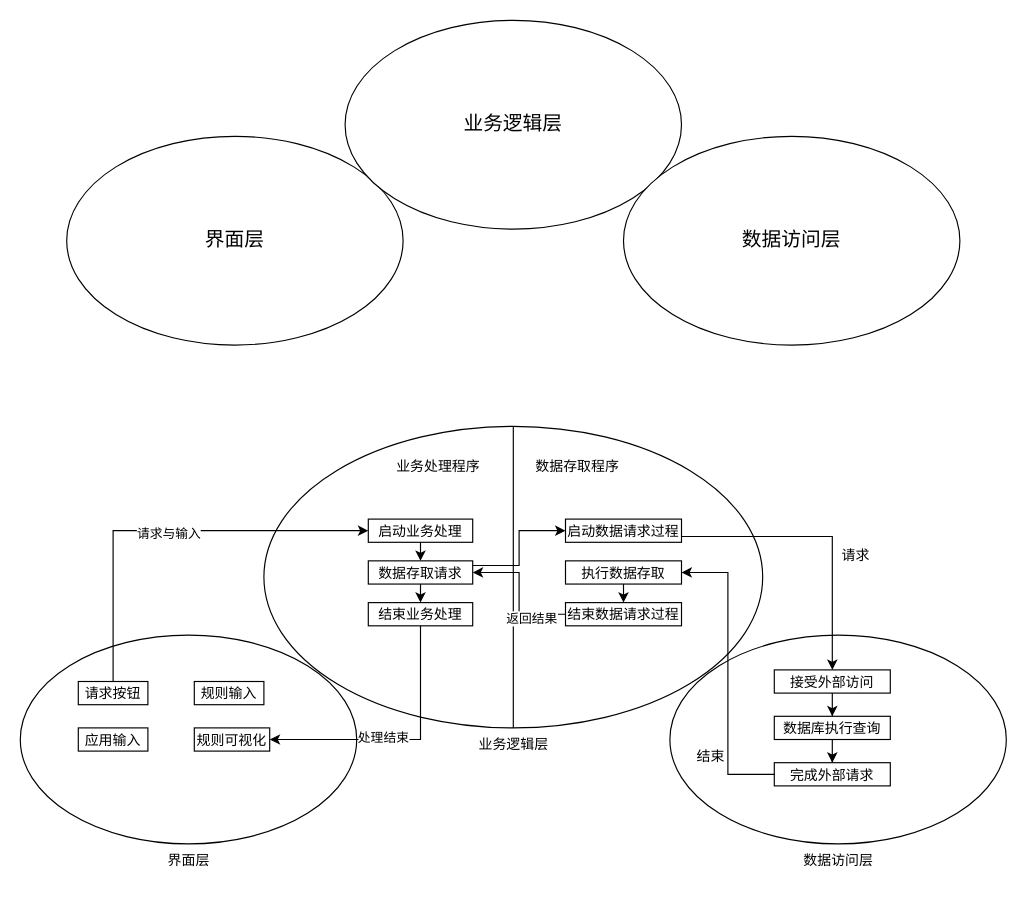
The draw.io diagram pic3.drawio in lovefxyo/drawio, before the edit. Source tidied: cells renumbered, new cells numbered last; positions are measured from the earlier drawing's top-left corner, leaving out a move shared by most shapes. Both pictures are drawn from the tidied source at 116%, with x=0, y=0 at pixel (20, 20).
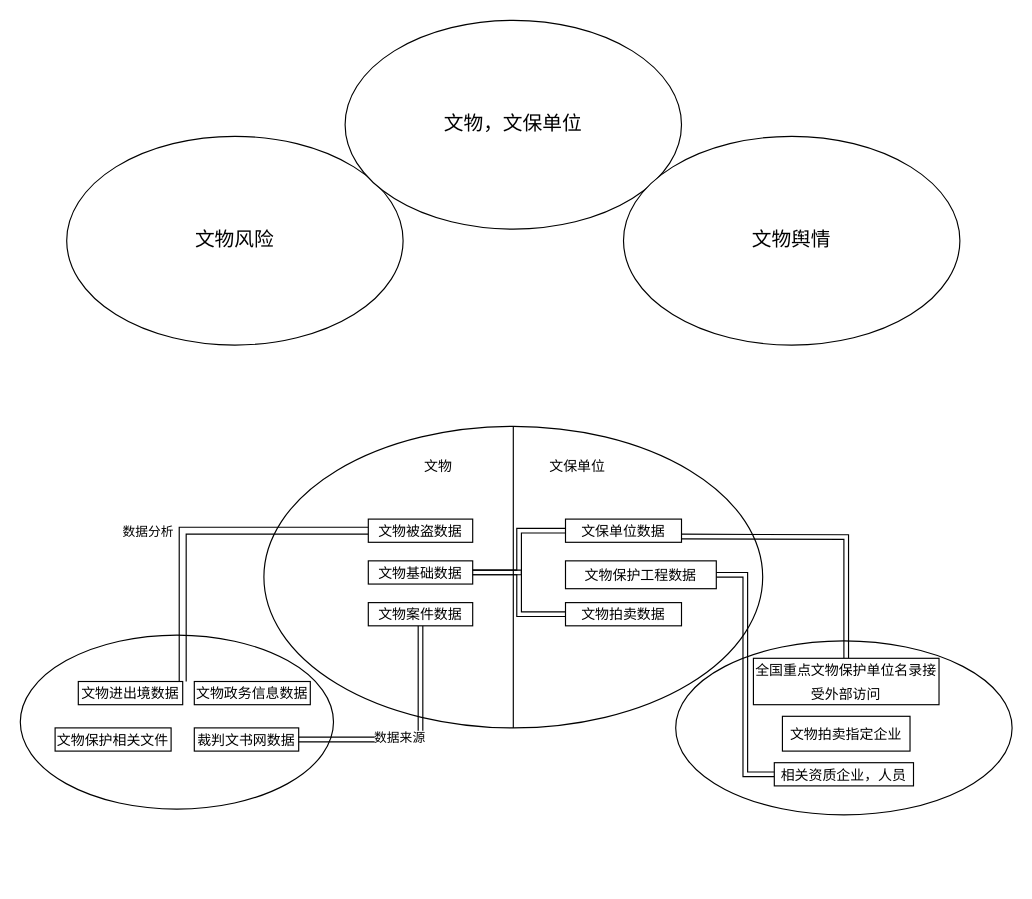
The same diagram, later.

Change to the diagram source:
```diff
@@
-    <mxCell id="2" value="界面层" style="ellipse;whiteSpace=wrap;html=1;shadow=0;direction=west;fontSize=17;" parent="1" vertex="1">
+    <mxCell id="2" value="文物风险" style="ellipse;whiteSpace=wrap;html=1;shadow=0;direction=west;fontSize=17;" parent="1" vertex="1">
       <mxGeometry x="40" y="100" width="290" height="180" as="geometry" />
     </mxCell>
-    <mxCell id="3" value="业务逻辑层" style="ellipse;whiteSpace=wrap;html=1;shadow=0;direction=west;fontSize=17;" parent="1" vertex="1">
+    <mxCell id="3" value="文物，文保单位" style="ellipse;whiteSpace=wrap;html=1;shadow=0;direction=west;fontSize=17;" parent="1" vertex="1">
       <mxGeometry x="280" width="290" height="180" as="geometry" />
     </mxCell>
-    <mxCell id="4" value="数据访问层" style="ellipse;whiteSpace=wrap;html=1;shadow=0;direction=west;fontSize=17;" parent="1" vertex="1">
+    <mxCell id="4" value="文物舆情" style="ellipse;whiteSpace=wrap;html=1;shadow=0;direction=west;fontSize=17;" parent="1" vertex="1">
       <mxGeometry x="520" y="100" width="290" height="180" as="geometry" />
     </mxCell>
@@
     <mxCell id="6" style="ellipse;whiteSpace=wrap;html=1;shadow=0;direction=west;fontSize=17;" parent="1" vertex="1">
-      <mxGeometry y="530" width="290" height="180" as="geometry" />
+      <mxGeometry y="530" width="270" height="150" as="geometry" />
     </mxCell>
     <mxCell id="7" style="ellipse;whiteSpace=wrap;html=1;shadow=0;direction=west;fontSize=17;" parent="1" vertex="1">
-      <mxGeometry x="560" y="530" width="290" height="180" as="geometry" />
+      <mxGeometry x="565" y="535" width="290" height="150" as="geometry" />
     </mxCell>
-    <mxCell id="8" style="edgeStyle=orthogonalEdgeStyle;rounded=0;jettySize=auto;html=1;entryX=0;entryY=0.5;entryDx=0;entryDy=0;fontSize=12;" parent="1" edge="1" source="10" target="15">
+    <mxCell id="8" style="edgeStyle=orthogonalEdgeStyle;rounded=0;jettySize=auto;html=1;entryX=0;entryY=0.5;entryDx=0;entryDy=0;fontSize=12;shape=link;width=6;" parent="1" edge="1" source="10" target="15">
       <mxGeometry relative="1" as="geometry">
         <Array as="points">
-          <mxPoint x="80" y="440" />
+          <mxPoint x="140" y="580" />
+          <mxPoint x="140" y="440" />
         </Array>
       </mxGeometry>
     </mxCell>
-    <mxCell id="9" value="请求与输入" style="edgeLabel;html=1;align=center;verticalAlign=middle;fontSize=11;" parent="8" vertex="1">
-      <mxGeometry x="0.01" y="-2" relative="1" as="geometry" />
+    <mxCell id="9" value="数据分析" style="edgeLabel;html=1;align=center;verticalAlign=middle;fontSize=11;" parent="8" vertex="1">
+      <mxGeometry x="0.01" y="-2" relative="1" as="geometry">
+        <mxPoint x="-47" y="-2" as="offset" />
+      </mxGeometry>
     </mxCell>
-    <mxCell id="10" value="&lt;font style=&quot;font-size: 12px;&quot;&gt;请求按钮&lt;/font&gt;" style="rounded=0;whiteSpace=wrap;html=1;shadow=0;fontSize=17;" parent="1" vertex="1">
-      <mxGeometry x="50" y="570" width="60" height="20" as="geometry" />
+    <mxCell id="10" value="&lt;font style=&quot;font-size: 12px;&quot;&gt;文物进出境数据&lt;/font&gt;" style="rounded=0;whiteSpace=wrap;html=1;shadow=0;fontSize=17;" parent="1" vertex="1">
+      <mxGeometry x="50" y="570" width="90" height="20" as="geometry" />
     </mxCell>
-    <mxCell id="11" value="&lt;span style=&quot;font-size: 12px;&quot;&gt;应用输入&lt;/span&gt;" style="rounded=0;whiteSpace=wrap;html=1;shadow=0;fontSize=17;" parent="1" vertex="1">
-      <mxGeometry x="50" y="610" width="60" height="20" as="geometry" />
+    <mxCell id="11" value="&lt;span style=&quot;font-size: 12px;&quot;&gt;文物保护相关文件&lt;/span&gt;" style="rounded=0;whiteSpace=wrap;html=1;shadow=0;fontSize=17;" parent="1" vertex="1">
+      <mxGeometry x="30" y="610" width="100" height="20" as="geometry" />
     </mxCell>
-    <mxCell id="12" value="&lt;span style=&quot;font-size: 12px;&quot;&gt;规则可视化&lt;/span&gt;" style="rounded=0;whiteSpace=wrap;html=1;shadow=0;fontSize=17;" parent="1" vertex="1">
-      <mxGeometry x="150" y="610" width="65" height="20" as="geometry" />
+    <mxCell id="12" value="&lt;span style=&quot;font-size: 12px;&quot;&gt;裁判文书网数据&lt;/span&gt;" style="rounded=0;whiteSpace=wrap;html=1;shadow=0;fontSize=17;" parent="1" vertex="1">
+      <mxGeometry x="150" y="610" width="90" height="20" as="geometry" />
     </mxCell>
-    <mxCell id="13" value="界面层" style="text;html=1;align=center;verticalAlign=middle;strokeColor=none;fillColor=none;fontSize=12;" parent="1" vertex="1">
-      <mxGeometry x="115" y="710" width="60" height="30" as="geometry" />
-    </mxCell>
-    <mxCell id="14" style="edgeStyle=orthogonalEdgeStyle;rounded=0;jettySize=auto;html=1;exitX=0.5;exitY=1;exitDx=0;exitDy=0;entryX=0.5;entryY=0;entryDx=0;entryDy=0;fontSize=11;" parent="1" edge="1" source="15" target="18">
-      <mxGeometry relative="1" as="geometry" />
-    </mxCell>
-    <mxCell id="15" value="&lt;font style=&quot;font-size: 12px;&quot;&gt;启动业务处理&lt;/font&gt;" style="rounded=0;whiteSpace=wrap;html=1;shadow=0;fontSize=17;" parent="1" vertex="1">
+    <mxCell id="15" value="&lt;font style=&quot;font-size: 12px;&quot;&gt;文物被盗数据&lt;/font&gt;" style="rounded=0;whiteSpace=wrap;html=1;shadow=0;fontSize=17;" parent="1" vertex="1">
       <mxGeometry x="300" y="430" width="90" height="20" as="geometry" />
     </mxCell>
-    <mxCell id="16" style="edgeStyle=orthogonalEdgeStyle;rounded=0;jettySize=auto;html=1;entryX=0;entryY=0.5;entryDx=0;entryDy=0;fontSize=12;" parent="1" edge="1" source="18" target="23">
-      <mxGeometry relative="1" as="geometry">
-        <Array as="points">
-          <mxPoint x="430" y="470" />
-          <mxPoint x="430" y="440" />
-        </Array>
-      </mxGeometry>
+    <mxCell id="16" style="edgeStyle=orthogonalEdgeStyle;rounded=0;jettySize=auto;html=1;entryX=0;entryY=0.5;entryDx=0;entryDy=0;fontSize=12;shape=link;" parent="1" edge="1" source="18" target="23">
+      <mxGeometry relative="1" as="geometry" />
     </mxCell>
-    <mxCell id="17" style="edgeStyle=orthogonalEdgeStyle;rounded=0;jettySize=auto;html=1;exitX=0.5;exitY=1;exitDx=0;exitDy=0;entryX=0.5;entryY=0;entryDx=0;entryDy=0;fontSize=11;" parent="1" edge="1" source="18" target="21">
-      <mxGeometry relative="1" as="geometry" />
-    </mxCell>
-    <mxCell id="18" value="&lt;font style=&quot;font-size: 12px;&quot;&gt;数据存取请求&lt;/font&gt;" style="rounded=0;whiteSpace=wrap;html=1;shadow=0;fontSize=17;" parent="1" vertex="1">
+    <mxCell id="18" value="&lt;font style=&quot;font-size: 12px;&quot;&gt;文物基础数据&lt;/font&gt;" style="rounded=0;whiteSpace=wrap;html=1;shadow=0;fontSize=17;" parent="1" vertex="1">
       <mxGeometry x="300" y="466" width="90" height="20" as="geometry" />
     </mxCell>
-    <mxCell id="19" style="edgeStyle=orthogonalEdgeStyle;rounded=0;jettySize=auto;html=1;exitX=0.5;exitY=1;exitDx=0;exitDy=0;entryX=1;entryY=0.5;entryDx=0;entryDy=0;fontSize=11;" parent="1" edge="1" source="21" target="12">
+    <mxCell id="19" style="edgeStyle=orthogonalEdgeStyle;rounded=0;jettySize=auto;html=1;exitX=0.5;exitY=1;exitDx=0;exitDy=0;entryX=1;entryY=0.5;entryDx=0;entryDy=0;fontSize=11;shape=link;" parent="1" edge="1" source="21" target="12">
       <mxGeometry relative="1" as="geometry" />
     </mxCell>
-    <mxCell id="20" value="处理结束" style="edgeLabel;html=1;align=center;verticalAlign=middle;fontSize=11;" parent="19" vertex="1">
+    <mxCell id="20" value="数据来源" style="edgeLabel;html=1;align=center;verticalAlign=middle;fontSize=11;" parent="19" vertex="1">
       <mxGeometry x="0.15" y="-2" relative="1" as="geometry" />
     </mxCell>
-    <mxCell id="21" value="&lt;font style=&quot;font-size: 12px;&quot;&gt;结束业务处理&lt;/font&gt;" style="rounded=0;whiteSpace=wrap;html=1;shadow=0;fontSize=17;" parent="1" vertex="1">
+    <mxCell id="21" value="&lt;font style=&quot;font-size: 12px;&quot;&gt;文物案件数据&lt;/font&gt;" style="rounded=0;whiteSpace=wrap;html=1;shadow=0;fontSize=17;" parent="1" vertex="1">
       <mxGeometry x="300" y="502" width="90" height="20" as="geometry" />
     </mxCell>
@@
-    <mxCell id="23" value="&lt;font style=&quot;font-size: 12px;&quot;&gt;启动数据请求过程&lt;/font&gt;" style="rounded=0;whiteSpace=wrap;html=1;shadow=0;fontSize=17;" parent="1" vertex="1">
+    <mxCell id="23" value="&lt;font style=&quot;font-size: 12px;&quot;&gt;文保单位数据&lt;/font&gt;" style="rounded=0;whiteSpace=wrap;html=1;shadow=0;fontSize=17;" parent="1" vertex="1">
       <mxGeometry x="470" y="430" width="100" height="20" as="geometry" />
     </mxCell>
-    <mxCell id="24" style="edgeStyle=orthogonalEdgeStyle;rounded=0;jettySize=auto;html=1;fontSize=12;entryX=0.5;entryY=0;entryDx=0;entryDy=0;" parent="1" edge="1" target="31">
+    <mxCell id="24" style="edgeStyle=orthogonalEdgeStyle;rounded=0;jettySize=auto;html=1;fontSize=12;entryX=0.5;entryY=0;entryDx=0;entryDy=0;shape=link;" parent="1" edge="1" target="31">
       <mxGeometry relative="1" as="geometry">
         <mxPoint x="570" y="445" as="sourcePoint" />
-        <Array as="points">
-          <mxPoint x="700" y="445" />
-        </Array>
       </mxGeometry>
     </mxCell>
-    <mxCell id="25" style="edgeStyle=orthogonalEdgeStyle;rounded=0;jettySize=auto;html=1;exitX=0.5;exitY=1;exitDx=0;exitDy=0;entryX=0.5;entryY=0;entryDx=0;entryDy=0;fontSize=11;" parent="1" edge="1" source="26" target="29">
-      <mxGeometry relative="1" as="geometry" />
-    </mxCell>
-    <mxCell id="26" value="&lt;span style=&quot;font-size: 12px;&quot;&gt;执行数据存取&lt;/span&gt;" style="rounded=0;whiteSpace=wrap;html=1;shadow=0;fontSize=17;" parent="1" vertex="1">
-      <mxGeometry x="470" y="466" width="100" height="20" as="geometry" />
+    <mxCell id="26" value="&lt;span style=&quot;font-size: 12px;&quot;&gt;文物保护工程数据&lt;/span&gt;" style="rounded=0;whiteSpace=wrap;html=1;shadow=0;fontSize=17;" parent="1" vertex="1">
+      <mxGeometry x="470" y="466" width="130" height="24" as="geometry" />
     </mxCell>
-    <mxCell id="27" style="edgeStyle=orthogonalEdgeStyle;rounded=0;jettySize=auto;html=1;exitX=0;exitY=0.5;exitDx=0;exitDy=0;entryX=1;entryY=0.5;entryDx=0;entryDy=0;fontSize=11;" parent="1" edge="1" source="29" target="18">
+    <mxCell id="27" style="edgeStyle=orthogonalEdgeStyle;rounded=0;jettySize=auto;html=1;exitX=0;exitY=0.5;exitDx=0;exitDy=0;entryX=1;entryY=0.5;entryDx=0;entryDy=0;fontSize=11;shape=link;" parent="1" edge="1" source="29" target="18">
       <mxGeometry relative="1" as="geometry" />
     </mxCell>
-    <mxCell id="28" value="返回结果" style="edgeLabel;html=1;align=center;verticalAlign=middle;fontSize=11;" parent="27" vertex="1">
-      <mxGeometry x="-0.29" relative="1" as="geometry">
-        <mxPoint x="10" y="4" as="offset" />
-      </mxGeometry>
-    </mxCell>
-    <mxCell id="29" value="&lt;span style=&quot;font-size: 12px;&quot;&gt;结束数据请求过程&lt;/span&gt;" style="rounded=0;whiteSpace=wrap;html=1;shadow=0;fontSize=17;" parent="1" vertex="1">
+    <mxCell id="29" value="&lt;span style=&quot;font-size: 12px;&quot;&gt;文物拍卖数据&lt;/span&gt;" style="rounded=0;whiteSpace=wrap;html=1;shadow=0;fontSize=17;" parent="1" vertex="1">
       <mxGeometry x="470" y="502" width="100" height="20" as="geometry" />
     </mxCell>
-    <mxCell id="30" style="edgeStyle=orthogonalEdgeStyle;rounded=0;jettySize=auto;html=1;entryX=0.5;entryY=0;entryDx=0;entryDy=0;fontSize=12;" parent="1" edge="1" source="31" target="33">
-      <mxGeometry relative="1" as="geometry" />
-    </mxCell>
-    <mxCell id="31" value="&lt;span style=&quot;font-size: 12px;&quot;&gt;接受外部访问&lt;/span&gt;" style="rounded=0;whiteSpace=wrap;html=1;shadow=0;fontSize=17;" parent="1" vertex="1">
-      <mxGeometry x="650" y="560" width="100" height="20" as="geometry" />
+    <mxCell id="31" value="&lt;span style=&quot;font-size: 12px;&quot;&gt;全国重点文物保护单位名录接受外部访问&lt;/span&gt;" style="rounded=0;whiteSpace=wrap;html=1;shadow=0;fontSize=17;" parent="1" vertex="1">
+      <mxGeometry x="632" y="550" width="160" height="40" as="geometry" />
     </mxCell>
-    <mxCell id="32" style="edgeStyle=orthogonalEdgeStyle;rounded=0;jettySize=auto;html=1;entryX=0.5;entryY=0;entryDx=0;entryDy=0;fontSize=12;" parent="1" edge="1" source="33" target="35">
-      <mxGeometry relative="1" as="geometry" />
-    </mxCell>
-    <mxCell id="33" value="&lt;span style=&quot;font-size: 12px;&quot;&gt;数据库执行查询&lt;/span&gt;" style="rounded=0;whiteSpace=wrap;html=1;shadow=0;fontSize=17;" parent="1" vertex="1">
-      <mxGeometry x="650" y="600" width="100" height="20" as="geometry" />
+    <mxCell id="33" value="&lt;span style=&quot;font-size: 12px;&quot;&gt;文物拍卖指定企业&lt;/span&gt;" style="rounded=0;whiteSpace=wrap;html=1;shadow=0;fontSize=17;" parent="1" vertex="1">
+      <mxGeometry x="657" y="600" width="110" height="30" as="geometry" />
     </mxCell>
-    <mxCell id="34" style="edgeStyle=orthogonalEdgeStyle;rounded=0;jettySize=auto;html=1;entryX=1;entryY=0.5;entryDx=0;entryDy=0;fontSize=12;" parent="1" edge="1" source="35" target="26">
+    <mxCell id="34" style="edgeStyle=orthogonalEdgeStyle;rounded=0;jettySize=auto;html=1;entryX=1;entryY=0.5;entryDx=0;entryDy=0;fontSize=12;shape=link;" parent="1" edge="1" source="35" target="26">
       <mxGeometry relative="1" as="geometry" />
     </mxCell>
-    <mxCell id="35" value="&lt;span style=&quot;font-size: 12px;&quot;&gt;完成外部请求&lt;/span&gt;" style="rounded=0;whiteSpace=wrap;html=1;shadow=0;fontSize=17;" parent="1" vertex="1">
-      <mxGeometry x="650" y="640" width="100" height="20" as="geometry" />
+    <mxCell id="35" value="&lt;span style=&quot;font-size: 12px;&quot;&gt;相关资质企业，人员&lt;/span&gt;" style="rounded=0;whiteSpace=wrap;html=1;shadow=0;fontSize=17;" parent="1" vertex="1">
+      <mxGeometry x="650" y="640" width="120" height="20" as="geometry" />
     </mxCell>
-    <mxCell id="36" value="数据访问层" style="text;html=1;align=center;verticalAlign=middle;strokeColor=none;fillColor=none;fontSize=12;" parent="1" vertex="1">
-      <mxGeometry x="665" y="710" width="80" height="30" as="geometry" />
-    </mxCell>
-    <mxCell id="37" value="请求" style="text;html=1;align=center;verticalAlign=middle;strokeColor=none;fillColor=none;fontSize=12;" parent="1" vertex="1">
-      <mxGeometry x="695" y="447" width="50" height="30" as="geometry" />
-    </mxCell>
-    <mxCell id="38" value="业务处理程序" style="text;html=1;align=center;verticalAlign=middle;strokeColor=none;fillColor=none;fontSize=12;" parent="1" vertex="1">
-      <mxGeometry x="310" y="370" width="100" height="30" as="geometry" />
+    <mxCell id="38" value="文物" style="text;html=1;align=center;verticalAlign=middle;strokeColor=none;fillColor=none;fontSize=12;" parent="1" vertex="1">
+      <mxGeometry x="335" y="370" width="50" height="30" as="geometry" />
     </mxCell>
-    <mxCell id="39" value="数据存取程序" style="text;html=1;align=center;verticalAlign=middle;strokeColor=none;fillColor=none;fontSize=12;" parent="1" vertex="1">
-      <mxGeometry x="430" y="370" width="100" height="30" as="geometry" />
+    <mxCell id="39" value="文保单位" style="text;html=1;align=center;verticalAlign=middle;strokeColor=none;fillColor=none;fontSize=12;" parent="1" vertex="1">
+      <mxGeometry x="445" y="370" width="70" height="30" as="geometry" />
     </mxCell>
-    <mxCell id="40" value="业务逻辑层" style="text;html=1;align=center;verticalAlign=middle;strokeColor=none;fillColor=none;fontSize=12;" parent="1" vertex="1">
-      <mxGeometry x="385" y="610" width="80" height="30" as="geometry" />
-    </mxCell>
-    <mxCell id="41" value="结束" style="text;html=1;align=center;verticalAlign=middle;strokeColor=none;fillColor=none;fontSize=12;" parent="1" vertex="1">
-      <mxGeometry x="570" y="620" width="50" height="30" as="geometry" />
-    </mxCell>
-    <mxCell id="42" value="&lt;span style=&quot;font-size: 12px;&quot;&gt;规则输入&lt;/span&gt;" style="rounded=0;whiteSpace=wrap;html=1;shadow=0;fontSize=17;" parent="1" vertex="1">
-      <mxGeometry x="150" y="570" width="60" height="20" as="geometry" />
+    <mxCell id="42" value="&lt;span style=&quot;font-size: 12px;&quot;&gt;文物政务信息数据&lt;/span&gt;" style="rounded=0;whiteSpace=wrap;html=1;shadow=0;fontSize=17;" parent="1" vertex="1">
+      <mxGeometry x="150" y="570" width="100" height="20" as="geometry" />
     </mxCell>
```
